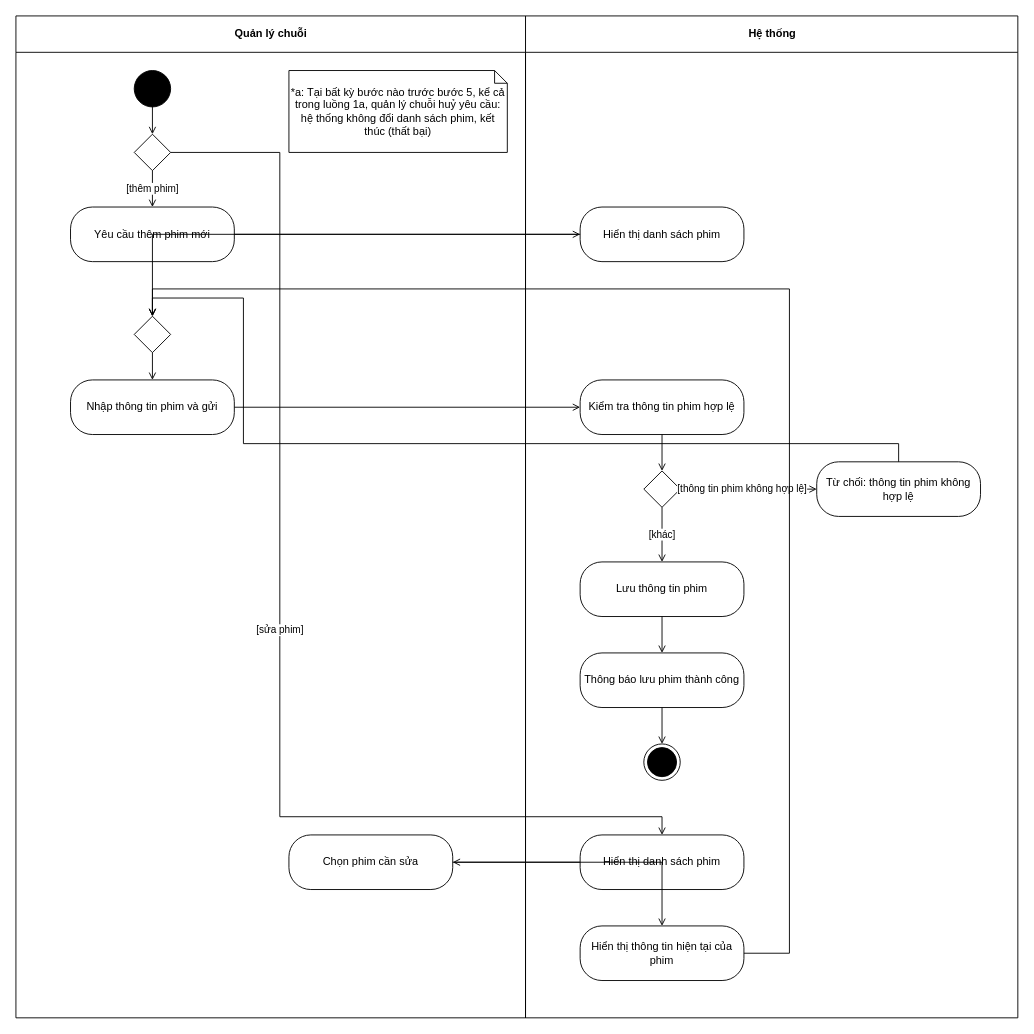
luytbq/app-dat-ve-xem-phim keeps this draw.io diagram as design/diagrams/P04-activity-UC-010.drawio. Above is the earlier version. Source tidied: cells renumbered, new cells numbered last; positions are measured from the earlier drawing's top-left corner, leaving out a move shared by most shapes. Both pictures are drawn from the tidied source at 91%, with x=0, y=0 at pixel (15, 15).
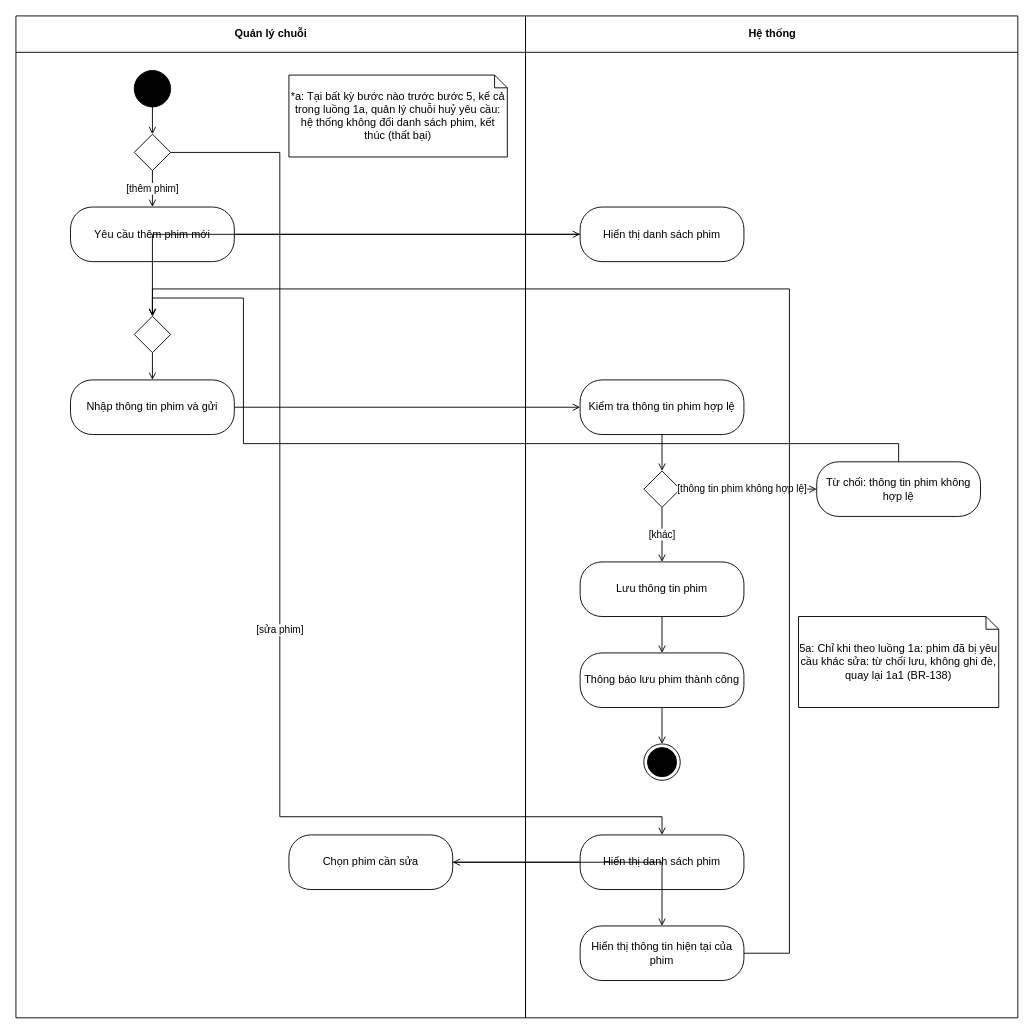
Above is the later version.

Unchanged cells that the change refers to:
```xml
<mxCell id="2" value="Quản lý chuỗi" style="swimlane;html=1;startSize=40;" parent="1" vertex="1">
  <mxGeometry width="560" height="1101" as="geometry" />
</mxCell>
<mxCell id="3" value="Hệ thống" style="swimlane;html=1;startSize=40;" parent="1" vertex="1">
  <mxGeometry x="560" width="541" height="1101" as="geometry" />
</mxCell>
```

Diff of the diagram source:
```diff
@@
     <mxCell id="19" value="*a: Tại bất kỳ bước nào trước bước 5, kể cả trong luồng 1a, quản lý chuỗi huỷ yêu cầu: hệ thống không đổi danh sách phim, kết thúc (thất bại)" style="shape=note;whiteSpace=wrap;html=1;size=14;" parent="2" vertex="1">
-      <mxGeometry x="300" y="60" width="240" height="90" as="geometry" />
+      <mxGeometry x="300" y="65" width="240" height="90" as="geometry" />
     </mxCell>
@@
+    <mxCell id="36" value="5a: Chỉ khi theo luồng 1a: phim đã bị yêu cầu khác sửa: từ chối lưu, không ghi đè, quay lại 1a1 (BR-138)" style="shape=note;whiteSpace=wrap;html=1;size=14;" parent="3" vertex="1">
+      <mxGeometry x="300" y="660" width="220" height="100" as="geometry" />
+    </mxCell>
```
